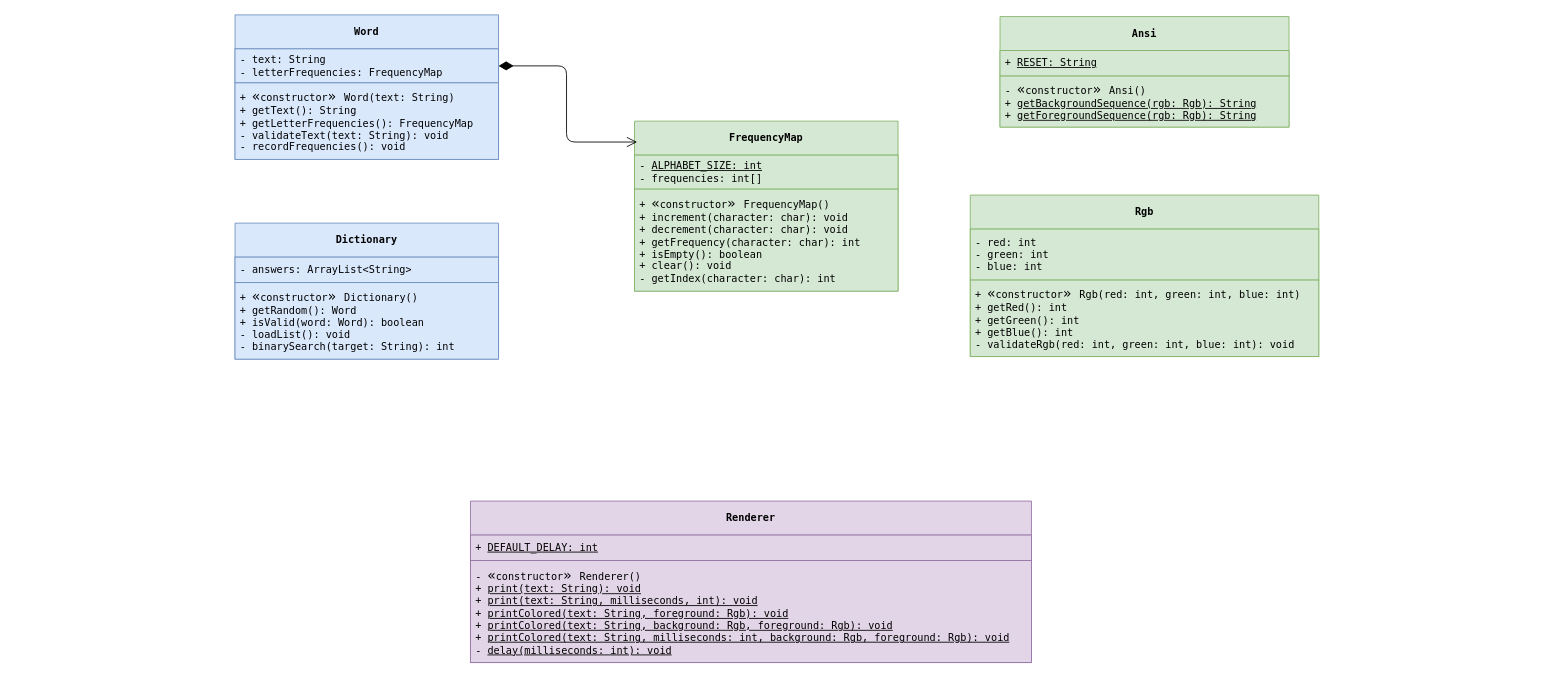
actuallyhollow/basic-wordle-java keeps this draw.io diagram as assets/class-diagram.drawio. Above is the earlier version. Source tidied: cells renumbered, new cells numbered last; positions are measured from the earlier drawing's top-left corner, leaving out a move shared by most shapes. Both pictures are drawn from the tidied source at 85%, with x=0, y=0 at pixel (235, 14).
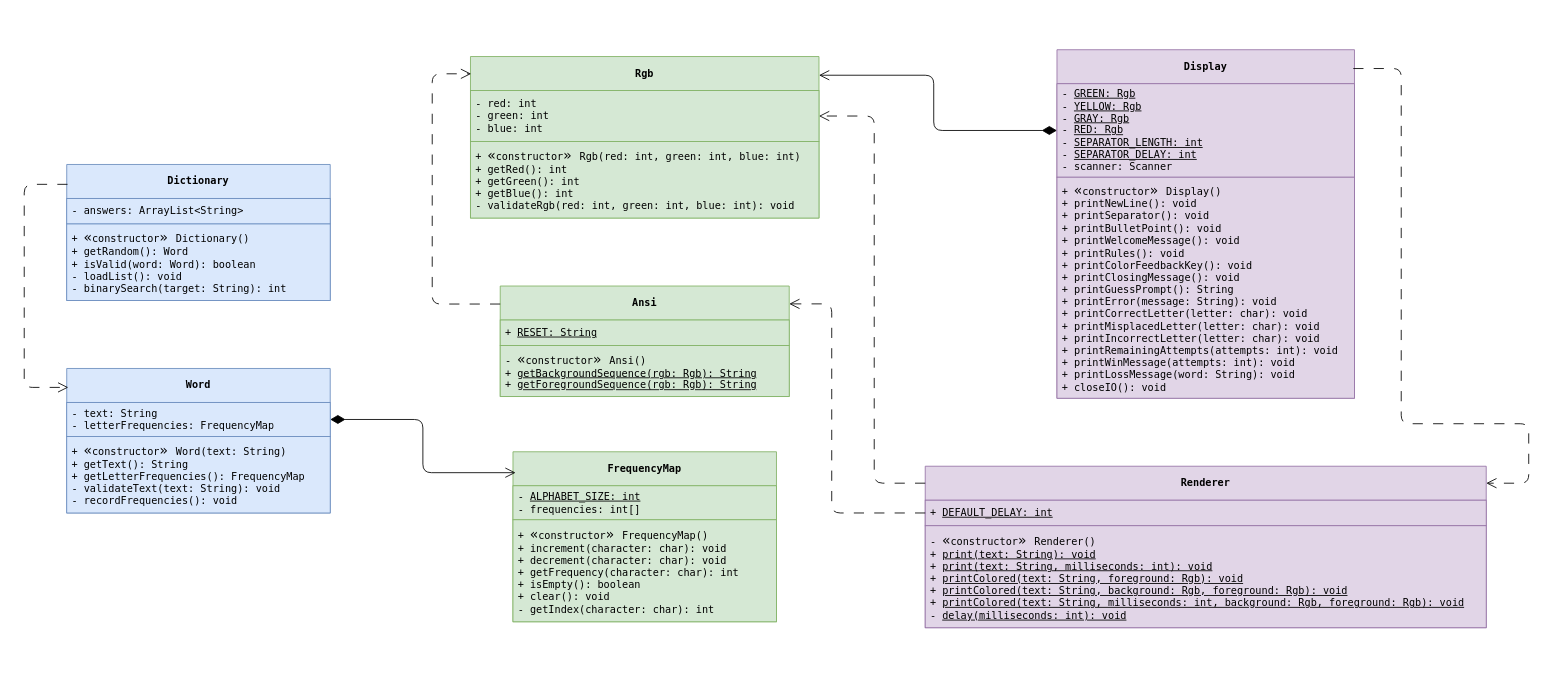
Above is the later version.

Commit message (it also covers changes not shown here):
docs(assets): update UML and tree for Display

* Update SVG file tree to include Display and its test suite.
* Expand UML class diagram to map Display architecture and relations.
* Add dashed dependency lines to accurately map "uses" relationships.
* Fix parameter list syntax for Renderer's print(String, int) method.
* Export updated SVG visual assets to reflect latest changes.

Unchanged cells that the change refers to:
```xml
<mxCell id="6" value="&lt;div&gt;&lt;font face=&quot;Menlo, Monaco, 'Courier New', monospace&quot;&gt;- text: String&lt;/font&gt;&lt;/div&gt;&lt;div&gt;&lt;font face=&quot;Menlo, Monaco, 'Courier New', monospace&quot;&gt;- letterFrequencies: FrequencyMap&lt;/font&gt;&lt;/div&gt;" style="text;align=left;verticalAlign=middle;spacingLeft=4;spacingRight=4;overflow=hidden;points=[[0,0.5],[1,0.5]];portConstraint=eastwest;whiteSpace=wrap;html=1;fillColor=#dae8fc;strokeColor=#6c8ebf;" parent="5" vertex="1">
  <mxGeometry y="40" width="310" height="40" as="geometry" />
</mxCell>
<mxCell id="13" value="&lt;div&gt;&lt;font face=&quot;Menlo, Monaco, 'Courier New', monospace&quot;&gt;- red: int&lt;/font&gt;&lt;/div&gt;&lt;div&gt;&lt;font face=&quot;Menlo, Monaco, 'Courier New', monospace&quot;&gt;- green: int&lt;/font&gt;&lt;/div&gt;&lt;div&gt;&lt;font face=&quot;Menlo, Monaco, 'Courier New', monospace&quot;&gt;- blue: int&lt;/font&gt;&lt;/div&gt;" style="text;align=left;verticalAlign=middle;spacingLeft=4;spacingRight=4;overflow=hidden;points=[[0,0.5],[1,0.5]];portConstraint=eastwest;whiteSpace=wrap;html=1;fillColor=#d5e8d4;strokeColor=#82b366;" parent="12" vertex="1">
  <mxGeometry y="40" width="410" height="60" as="geometry" />
</mxCell>
<mxCell id="19" value="&lt;div&gt;&lt;font face=&quot;Menlo, Monaco, 'Courier New', monospace&quot;&gt;+&amp;nbsp;&lt;u&gt;DEFAULT_DELAY: int&lt;/u&gt;&lt;/font&gt;&lt;/div&gt;" style="text;align=left;verticalAlign=middle;spacingLeft=4;spacingRight=4;overflow=hidden;points=[[0,0.5],[1,0.5]];portConstraint=eastwest;whiteSpace=wrap;html=1;fillColor=#e1d5e7;strokeColor=#9673a6;" parent="18" vertex="1">
  <mxGeometry y="40" width="660" height="30" as="geometry" />
</mxCell>
```

What changed in the source:
```diff
@@
     <mxCell id="2" value="&lt;div&gt;&lt;span style=&quot;background-color: transparent;&quot;&gt;&lt;font style=&quot;&quot; face=&quot;Menlo, Monaco, 'Courier New', monospace&quot;&gt;FrequencyMap&lt;/font&gt;&lt;/span&gt;&lt;/div&gt;" style="swimlane;fontStyle=1;align=center;verticalAlign=middle;horizontal=1;startSize=40;whiteSpace=wrap;html=1;fillColor=#d5e8d4;strokeColor=#82b366;fontColor=light-dark(#000000,#FFFFFF);" parent="1" vertex="1">
-      <mxGeometry x="470" y="125" width="310" height="200" as="geometry" />
+      <mxGeometry x="327" y="514" width="310" height="200" as="geometry" />
     </mxCell>
@@
     <mxCell id="5" value="&lt;div&gt;&lt;span style=&quot;background-color: transparent;&quot;&gt;&lt;font style=&quot;&quot; face=&quot;Menlo, Monaco, 'Courier New', monospace&quot;&gt;Word&lt;/font&gt;&lt;/span&gt;&lt;/div&gt;" style="swimlane;fontStyle=1;align=center;verticalAlign=middle;horizontal=1;startSize=40;whiteSpace=wrap;html=1;fillColor=#dae8fc;strokeColor=#6c8ebf;" parent="1" vertex="1">
-      <mxGeometry width="310" height="170" as="geometry" />
+      <mxGeometry x="-198" y="416" width="310" height="170" as="geometry" />
     </mxCell>
@@
-    <mxCell id="8" style="endArrow=open;html=1;endSize=10;startArrow=diamondThin;startSize=15;startFill=1;edgeStyle=orthogonalEdgeStyle;align=left;verticalAlign=bottom;exitX=1;exitY=0.5;exitDx=0;exitDy=0;entryX=0.01;entryY=0.123;entryDx=0;entryDy=0;entryPerimeter=0;" parent="1" edge="1" source="6" target="2">
-      <mxGeometry x="-1" y="3" relative="1" as="geometry">
-        <Array as="points">
-          <mxPoint x="390" y="60" />
-          <mxPoint x="390" y="150" />
-        </Array>
-      </mxGeometry>
+    <mxCell id="8" style="endArrow=open;html=1;endSize=10;startArrow=diamondThin;startSize=15;startFill=1;edgeStyle=elbowEdgeStyle;align=left;verticalAlign=bottom;exitX=1;exitY=0.5;exitDx=0;exitDy=0;entryX=0.01;entryY=0.123;entryDx=0;entryDy=0;entryPerimeter=0;" parent="1" edge="1" source="6" target="2">
+      <mxGeometry x="-1" y="3" relative="1" as="geometry" />
     </mxCell>
     <mxCell id="9" value="&lt;div&gt;&lt;span style=&quot;background-color: transparent;&quot;&gt;&lt;font style=&quot;&quot; face=&quot;Menlo, Monaco, 'Courier New', monospace&quot;&gt;Dictionary&lt;/font&gt;&lt;/span&gt;&lt;/div&gt;" style="swimlane;fontStyle=1;align=center;verticalAlign=middle;horizontal=1;startSize=40;whiteSpace=wrap;html=1;fillColor=#dae8fc;strokeColor=#6c8ebf;" parent="1" vertex="1">
-      <mxGeometry y="245" width="310" height="160" as="geometry" />
+      <mxGeometry x="-198" y="176" width="310" height="160" as="geometry" />
     </mxCell>
@@
     <mxCell id="12" value="&lt;div&gt;&lt;span style=&quot;background-color: transparent;&quot;&gt;&lt;font face=&quot;Menlo, Monaco, 'Courier New', monospace&quot; style=&quot;&quot;&gt;Rgb&lt;/font&gt;&lt;/span&gt;&lt;/div&gt;" style="swimlane;fontStyle=1;align=center;verticalAlign=middle;horizontal=1;startSize=40;whiteSpace=wrap;html=1;fillColor=#d5e8d4;strokeColor=#82b366;fontColor=light-dark(#000000,#FFFFFF);" parent="1" vertex="1">
-      <mxGeometry x="865" y="212" width="410" height="190" as="geometry" />
+      <mxGeometry x="277" y="49" width="410" height="190" as="geometry" />
     </mxCell>
@@
     <mxCell id="15" value="&lt;div&gt;&lt;span style=&quot;background-color: transparent;&quot;&gt;&lt;font style=&quot;&quot; face=&quot;Menlo, Monaco, 'Courier New', monospace&quot;&gt;Ansi&lt;/font&gt;&lt;/span&gt;&lt;/div&gt;" style="swimlane;fontStyle=1;align=center;verticalAlign=middle;horizontal=1;startSize=40;whiteSpace=wrap;html=1;fillColor=#d5e8d4;strokeColor=#82b366;fontColor=light-dark(#000000,#FFFFFF);" parent="1" vertex="1">
-      <mxGeometry x="900" y="2" width="340" height="130" as="geometry" />
+      <mxGeometry x="312" y="319" width="340" height="130" as="geometry" />
     </mxCell>
@@
     <mxCell id="18" value="&lt;div&gt;&lt;span style=&quot;background-color: transparent;&quot;&gt;&lt;font style=&quot;&quot; face=&quot;Menlo, Monaco, 'Courier New', monospace&quot;&gt;Renderer&lt;/font&gt;&lt;/span&gt;&lt;/div&gt;" style="swimlane;fontStyle=1;align=center;verticalAlign=middle;horizontal=1;startSize=40;whiteSpace=wrap;html=1;fillColor=#e1d5e7;strokeColor=#9673a6;" parent="1" vertex="1">
-      <mxGeometry x="277" y="572" width="660" height="190" as="geometry" />
+      <mxGeometry x="812" y="531" width="660" height="190" as="geometry" />
     </mxCell>
@@
-    <mxCell id="20" value="&lt;div&gt;-&amp;nbsp;&lt;span style=&quot;background-color: transparent; scrollbar-color: rgb(75, 75, 75) rgb(27, 29, 30); font-size: medium; caret-color: rgb(0, 0, 0);&quot;&gt;«&lt;/span&gt;&lt;span style=&quot;background-color: transparent; scrollbar-color: rgb(75, 75, 75) rgb(27, 29, 30); text-align: center;&quot;&gt;constructor&lt;/span&gt;&lt;span style=&quot;background-color: transparent; scrollbar-color: rgb(75, 75, 75) rgb(27, 29, 30); font-size: medium; caret-color: rgb(0, 0, 0);&quot;&gt;&lt;font face=&quot;Menlo, Monaco, 'Courier New', monospace&quot;&gt;»&amp;nbsp;&lt;/font&gt;&lt;/span&gt;&lt;span style=&quot;background-color: transparent;&quot;&gt;Renderer()&lt;/span&gt;&lt;/div&gt;&lt;div&gt;&lt;span style=&quot;background-color: transparent;&quot;&gt;+ &lt;u&gt;print(text: String): void&lt;/u&gt;&lt;/span&gt;&lt;/div&gt;&lt;div&gt;&lt;span style=&quot;background-color: transparent;&quot;&gt;+ &lt;u&gt;print(text: String, milliseconds, int): void&lt;/u&gt;&lt;/span&gt;&lt;/div&gt;&lt;div&gt;&lt;span style=&quot;background-color: transparent;&quot;&gt;+ &lt;u&gt;printColored(text: String, foreground: Rgb): void&lt;/u&gt;&lt;/span&gt;&lt;/div&gt;&lt;div&gt;&lt;span style=&quot;background-color: transparent;&quot;&gt;+ &lt;u&gt;printColored(text: String, background: Rgb, foreground: Rgb): void&lt;/u&gt;&lt;/span&gt;&lt;/div&gt;&lt;div&gt;&lt;span style=&quot;background-color: transparent;&quot;&gt;+ &lt;u&gt;printColored(text: String, milliseconds: int, background: Rgb, foreground: Rgb): void&lt;/u&gt;&lt;/span&gt;&lt;/div&gt;&lt;div&gt;- &lt;u&gt;delay(milliseconds: int): void&lt;/u&gt;&lt;/div&gt;&lt;div&gt;&lt;div style=&quot;scrollbar-color: rgb(75, 75, 75) rgb(27, 29, 30);&quot;&gt;&lt;div style=&quot;scrollbar-color: rgb(75, 75, 75) rgb(27, 29, 30);&quot;&gt;&lt;/div&gt;&lt;/div&gt;&lt;/div&gt;" style="text;align=left;verticalAlign=middle;spacingLeft=4;spacingRight=4;overflow=hidden;whiteSpace=wrap;html=1;fontFamily=Menlo, Monaco, 'Courier New', monospace;fillColor=#e1d5e7;strokeColor=#9673a6;" parent="18" vertex="1">
+    <mxCell id="20" value="&lt;div&gt;-&amp;nbsp;&lt;span style=&quot;background-color: transparent; scrollbar-color: rgb(75, 75, 75) rgb(27, 29, 30); font-size: medium; caret-color: rgb(0, 0, 0);&quot;&gt;«&lt;/span&gt;&lt;span style=&quot;background-color: transparent; scrollbar-color: rgb(75, 75, 75) rgb(27, 29, 30); text-align: center;&quot;&gt;constructor&lt;/span&gt;&lt;span style=&quot;background-color: transparent; scrollbar-color: rgb(75, 75, 75) rgb(27, 29, 30); font-size: medium; caret-color: rgb(0, 0, 0);&quot;&gt;&lt;font face=&quot;Menlo, Monaco, 'Courier New', monospace&quot;&gt;»&amp;nbsp;&lt;/font&gt;&lt;/span&gt;&lt;span style=&quot;background-color: transparent;&quot;&gt;Renderer()&lt;/span&gt;&lt;/div&gt;&lt;div&gt;&lt;span style=&quot;background-color: transparent;&quot;&gt;+ &lt;u&gt;print(text: String): void&lt;/u&gt;&lt;/span&gt;&lt;/div&gt;&lt;div&gt;&lt;span style=&quot;background-color: transparent;&quot;&gt;+ &lt;u&gt;print(text: String, milliseconds: int): void&lt;/u&gt;&lt;/span&gt;&lt;/div&gt;&lt;div&gt;&lt;span style=&quot;background-color: transparent;&quot;&gt;+ &lt;u&gt;printColored(text: String, foreground: Rgb): void&lt;/u&gt;&lt;/span&gt;&lt;/div&gt;&lt;div&gt;&lt;span style=&quot;background-color: transparent;&quot;&gt;+ &lt;u&gt;printColored(text: String, background: Rgb, foreground: Rgb): void&lt;/u&gt;&lt;/span&gt;&lt;/div&gt;&lt;div&gt;&lt;span style=&quot;background-color: transparent;&quot;&gt;+ &lt;u&gt;printColored(text: String, milliseconds: int, background: Rgb, foreground: Rgb): void&lt;/u&gt;&lt;/span&gt;&lt;/div&gt;&lt;div&gt;- &lt;u&gt;delay(milliseconds: int): void&lt;/u&gt;&lt;/div&gt;&lt;div&gt;&lt;div style=&quot;scrollbar-color: rgb(75, 75, 75) rgb(27, 29, 30);&quot;&gt;&lt;div style=&quot;scrollbar-color: rgb(75, 75, 75) rgb(27, 29, 30);&quot;&gt;&lt;/div&gt;&lt;/div&gt;&lt;/div&gt;" style="text;align=left;verticalAlign=middle;spacingLeft=4;spacingRight=4;overflow=hidden;whiteSpace=wrap;html=1;fontFamily=Menlo, Monaco, 'Courier New', monospace;fillColor=#e1d5e7;strokeColor=#9673a6;" parent="18" vertex="1">
       <mxGeometry y="70" width="660" height="120" as="geometry" />
     </mxCell>
+    <mxCell id="21" value="&lt;div&gt;&lt;span style=&quot;background-color: transparent;&quot;&gt;&lt;font face=&quot;Menlo, Monaco, 'Courier New', monospace&quot; style=&quot;&quot;&gt;Display&lt;/font&gt;&lt;/span&gt;&lt;/div&gt;" style="swimlane;fontStyle=1;align=center;verticalAlign=middle;horizontal=1;startSize=40;whiteSpace=wrap;html=1;fillColor=#e1d5e7;strokeColor=#9673a6;fontColor=light-dark(#000000,#FFFFFF);" parent="1" vertex="1">
+      <mxGeometry x="967" y="41" width="350" height="410" as="geometry" />
+    </mxCell>
+    <mxCell id="22" value="&lt;div&gt;&lt;font face=&quot;Menlo, Monaco, 'Courier New', monospace&quot;&gt;-&amp;nbsp;&lt;u&gt;GREEN: Rgb&lt;/u&gt;&lt;/font&gt;&lt;/div&gt;&lt;div&gt;&lt;span style=&quot;font-family: Menlo, Monaco, &amp;quot;Courier New&amp;quot;, monospace;&quot;&gt;-&amp;nbsp;&lt;/span&gt;&lt;u style=&quot;scrollbar-color: rgb(75, 75, 75) rgb(27, 29, 30); font-family: Menlo, Monaco, &amp;quot;Courier New&amp;quot;, monospace;&quot;&gt;YELLOW: Rgb&lt;/u&gt;&lt;font face=&quot;Menlo, Monaco, 'Courier New', monospace&quot;&gt;&lt;u&gt;&lt;/u&gt;&lt;/font&gt;&lt;/div&gt;&lt;div&gt;&lt;span style=&quot;scrollbar-color: rgb(75, 75, 75) rgb(27, 29, 30); font-family: Menlo, Monaco, &amp;quot;Courier New&amp;quot;, monospace;&quot;&gt;-&amp;nbsp;&lt;u style=&quot;text-decoration-line: underline; scrollbar-color: rgb(75, 75, 75) rgb(27, 29, 30);&quot;&gt;GRAY: Rgb&lt;/u&gt;&lt;/span&gt;&lt;/div&gt;&lt;div&gt;&lt;span style=&quot;scrollbar-color: rgb(75, 75, 75) rgb(27, 29, 30); font-family: Menlo, Monaco, &amp;quot;Courier New&amp;quot;, monospace;&quot;&gt;&lt;span style=&quot;scrollbar-color: rgb(75, 75, 75) rgb(27, 29, 30);&quot;&gt;-&amp;nbsp;&lt;u style=&quot;text-decoration-line: underline; scrollbar-color: rgb(75, 75, 75) rgb(27, 29, 30);&quot;&gt;RED: Rgb&lt;/u&gt;&lt;/span&gt;&lt;/span&gt;&lt;/div&gt;&lt;div&gt;&lt;div style=&quot;scrollbar-color: rgb(75, 75, 75) rgb(27, 29, 30);&quot;&gt;&lt;span style=&quot;scrollbar-color: rgb(75, 75, 75) rgb(27, 29, 30); font-family: Menlo, Monaco, &amp;quot;Courier New&amp;quot;, monospace;&quot;&gt;&lt;span style=&quot;scrollbar-color: rgb(75, 75, 75) rgb(27, 29, 30);&quot;&gt;-&amp;nbsp;&lt;u style=&quot;scrollbar-color: rgb(75, 75, 75) rgb(27, 29, 30);&quot;&gt;SEPARATOR_LENGTH: int&lt;/u&gt;&lt;/span&gt;&lt;/span&gt;&lt;/div&gt;&lt;div style=&quot;scrollbar-color: rgb(75, 75, 75) rgb(27, 29, 30);&quot;&gt;&lt;div style=&quot;scrollbar-color: rgb(75, 75, 75) rgb(27, 29, 30);&quot;&gt;&lt;span style=&quot;scrollbar-color: rgb(75, 75, 75) rgb(27, 29, 30); font-family: Menlo, Monaco, &amp;quot;Courier New&amp;quot;, monospace;&quot;&gt;&lt;span style=&quot;scrollbar-color: rgb(75, 75, 75) rgb(27, 29, 30);&quot;&gt;-&amp;nbsp;&lt;u style=&quot;scrollbar-color: rgb(75, 75, 75) rgb(27, 29, 30);&quot;&gt;SEPARATOR_DELAY: int&lt;/u&gt;&lt;/span&gt;&lt;/span&gt;&lt;/div&gt;&lt;div style=&quot;scrollbar-color: rgb(75, 75, 75) rgb(27, 29, 30);&quot;&gt;&lt;span style=&quot;scrollbar-color: rgb(75, 75, 75) rgb(27, 29, 30); font-family: Menlo, Monaco, &amp;quot;Courier New&amp;quot;, monospace;&quot;&gt;&lt;span style=&quot;scrollbar-color: rgb(75, 75, 75) rgb(27, 29, 30);&quot;&gt;&lt;span style=&quot;scrollbar-color: rgb(75, 75, 75) rgb(27, 29, 30);&quot;&gt;- scanner: Scanner&lt;/span&gt;&lt;/span&gt;&lt;/span&gt;&lt;/div&gt;&lt;/div&gt;&lt;/div&gt;" style="text;align=left;verticalAlign=middle;spacingLeft=4;spacingRight=4;overflow=hidden;points=[[0,0.5],[1,0.5]];portConstraint=eastwest;whiteSpace=wrap;html=1;fillColor=#e1d5e7;strokeColor=#9673a6;fontColor=light-dark(#000000,#FFFFFF);" parent="21" vertex="1">
+      <mxGeometry y="40" width="350" height="110" as="geometry" />
+    </mxCell>
+    <mxCell id="23" value="&lt;div&gt;&lt;font style=&quot;&quot;&gt;&lt;span style=&quot;background-color: transparent; scrollbar-color: rgb(75, 75, 75) rgb(27, 29, 30); caret-color: rgb(0, 0, 0);&quot;&gt;&lt;font&gt;+&amp;nbsp;&lt;/font&gt;&lt;/span&gt;&lt;span style=&quot;background-color: transparent; scrollbar-color: rgb(75, 75, 75) rgb(27, 29, 30); font-size: medium; caret-color: rgb(0, 0, 0);&quot;&gt;«&lt;/span&gt;&lt;span style=&quot;background-color: transparent; scrollbar-color: rgb(75, 75, 75) rgb(27, 29, 30); text-align: center;&quot;&gt;constructor&lt;/span&gt;&lt;span style=&quot;background-color: transparent; scrollbar-color: rgb(75, 75, 75) rgb(27, 29, 30); font-size: medium; caret-color: rgb(0, 0, 0);&quot;&gt;&lt;font face=&quot;Menlo, Monaco, 'Courier New', monospace&quot;&gt;»&amp;nbsp;&lt;/font&gt;&lt;/span&gt;&lt;span style=&quot;background-color: transparent;&quot;&gt;Display()&lt;/span&gt;&lt;/font&gt;&lt;/div&gt;&lt;div&gt;&lt;span style=&quot;background-color: transparent;&quot;&gt;+ printNewLine(): void&lt;/span&gt;&lt;/div&gt;&lt;div&gt;&lt;span style=&quot;background-color: transparent;&quot;&gt;+ printSeparator(): void&lt;/span&gt;&lt;/div&gt;&lt;div&gt;&lt;span style=&quot;background-color: transparent;&quot;&gt;+ printBulletPoint(): void&lt;/span&gt;&lt;/div&gt;&lt;div&gt;&lt;span style=&quot;scrollbar-color: rgb(75, 75, 75) rgb(27, 29, 30); background-color: transparent;&quot;&gt;&lt;font style=&quot;&quot;&gt;&lt;div style=&quot;scrollbar-color: rgb(75, 75, 75) rgb(27, 29, 30);&quot;&gt;&lt;span style=&quot;scrollbar-color: rgb(75, 75, 75) rgb(27, 29, 30); background-color: transparent;&quot;&gt;+ printWelcomeMessage(): void&lt;/span&gt;&lt;/div&gt;&lt;div style=&quot;&quot;&gt;&lt;span style=&quot;scrollbar-color: rgb(75, 75, 75) rgb(27, 29, 30); background-color: transparent;&quot;&gt;+ printRules(): void&lt;/span&gt;&lt;/div&gt;&lt;div style=&quot;&quot;&gt;&lt;span style=&quot;scrollbar-color: rgb(75, 75, 75) rgb(27, 29, 30); background-color: transparent;&quot;&gt;+ printColorFeedbackKey(): void&lt;/span&gt;&lt;/div&gt;&lt;div style=&quot;&quot;&gt;&lt;span style=&quot;scrollbar-color: rgb(75, 75, 75) rgb(27, 29, 30); background-color: transparent;&quot;&gt;+ printClosingMessage(): void&lt;/span&gt;&lt;/div&gt;&lt;div style=&quot;&quot;&gt;&lt;span style=&quot;scrollbar-color: rgb(75, 75, 75) rgb(27, 29, 30); background-color: transparent;&quot;&gt;+ printGuessPrompt(): String&lt;/span&gt;&lt;/div&gt;&lt;div style=&quot;&quot;&gt;&lt;span style=&quot;scrollbar-color: rgb(75, 75, 75) rgb(27, 29, 30); background-color: transparent;&quot;&gt;+ printError(message: String): void&lt;/span&gt;&lt;/div&gt;&lt;div style=&quot;&quot;&gt;&lt;span style=&quot;scrollbar-color: rgb(75, 75, 75) rgb(27, 29, 30); background-color: transparent;&quot;&gt;+ printCorrectLetter(letter: char): void&lt;br&gt;+ printMisplacedLetter(letter: char): void&lt;br&gt;+ printIncorrectLetter(letter: char): void&lt;/span&gt;&lt;/div&gt;&lt;div style=&quot;&quot;&gt;&lt;span style=&quot;scrollbar-color: rgb(75, 75, 75) rgb(27, 29, 30); background-color: transparent;&quot;&gt;+ printRemainingAttempts(attempts: int): void&lt;/span&gt;&lt;/div&gt;&lt;div style=&quot;&quot;&gt;&lt;span style=&quot;scrollbar-color: rgb(75, 75, 75) rgb(27, 29, 30); background-color: transparent;&quot;&gt;+ printWinMessage(attempts: int): void&lt;/span&gt;&lt;/div&gt;&lt;div style=&quot;&quot;&gt;&lt;span style=&quot;scrollbar-color: rgb(75, 75, 75) rgb(27, 29, 30); background-color: transparent;&quot;&gt;+ printLossMessage(word: String): void&lt;/span&gt;&lt;/div&gt;&lt;div style=&quot;&quot;&gt;&lt;span style=&quot;scrollbar-color: rgb(75, 75, 75) rgb(27, 29, 30); background-color: transparent;&quot;&gt;+ closeIO(): void&lt;/span&gt;&lt;/div&gt;&lt;/font&gt;&lt;/span&gt;&lt;/div&gt;&lt;div&gt;&lt;div style=&quot;scrollbar-color: rgb(75, 75, 75) rgb(27, 29, 30);&quot;&gt;&lt;div style=&quot;scrollbar-color: rgb(75, 75, 75) rgb(27, 29, 30);&quot;&gt;&lt;/div&gt;&lt;/div&gt;&lt;/div&gt;" style="text;align=left;verticalAlign=middle;spacingLeft=4;spacingRight=4;overflow=hidden;whiteSpace=wrap;html=1;fontFamily=Menlo, Monaco, 'Courier New', monospace;fillColor=#e1d5e7;strokeColor=#9673a6;fontColor=light-dark(#000000,#FFFFFF);" parent="21" vertex="1">
+      <mxGeometry y="150" width="350" height="260" as="geometry" />
+    </mxCell>
+    <mxCell id="24" style="endArrow=open;html=1;endSize=10;startArrow=diamondThin;startSize=15;startFill=1;edgeStyle=orthogonalEdgeStyle;align=left;verticalAlign=bottom;exitX=0;exitY=0.5;exitDx=0;exitDy=0;" parent="1" edge="1" source="22" target="12">
+      <mxGeometry x="-1" y="3" relative="1" as="geometry">
+        <Array as="points">
+          <mxPoint x="822" y="136" />
+          <mxPoint x="822" y="71" />
+        </Array>
+      </mxGeometry>
+    </mxCell>
+    <mxCell id="25" style="endArrow=open;html=1;endSize=10;startArrow=none;startSize=15;startFill=0;align=left;verticalAlign=bottom;exitX=0.003;exitY=0.146;exitDx=0;exitDy=0;edgeStyle=elbowEdgeStyle;dashed=1;dashPattern=12 12;entryX=0.006;entryY=0.131;entryDx=0;entryDy=0;entryPerimeter=0;exitPerimeter=0;" parent="1" edge="1" source="9" target="5">
+      <mxGeometry x="-1" y="3" relative="1" as="geometry">
+        <Array as="points">
+          <mxPoint x="-248" y="321" />
+        </Array>
+      </mxGeometry>
+    </mxCell>
+    <mxCell id="26" style="endArrow=open;html=1;endSize=10;startArrow=none;startSize=15;startFill=0;align=left;verticalAlign=bottom;edgeStyle=elbowEdgeStyle;dashed=1;dashPattern=12 12;exitX=0;exitY=0.163;exitDx=0;exitDy=0;exitPerimeter=0;entryX=0.002;entryY=0.107;entryDx=0;entryDy=0;entryPerimeter=0;" parent="1" edge="1" source="15" target="12">
+      <mxGeometry x="-1" y="3" relative="1" as="geometry">
+        <Array as="points">
+          <mxPoint x="232" y="261" />
+        </Array>
+      </mxGeometry>
+    </mxCell>
+    <mxCell id="27" style="endArrow=open;html=1;endSize=10;startArrow=none;startSize=15;startFill=0;align=left;verticalAlign=bottom;edgeStyle=elbowEdgeStyle;dashed=1;dashPattern=12 12;entryX=1;entryY=0.5;entryDx=0;entryDy=0;exitX=0;exitY=0.105;exitDx=0;exitDy=0;exitPerimeter=0;" parent="1" edge="1" source="18" target="13">
+      <mxGeometry x="-1" y="3" relative="1" as="geometry">
+        <Array as="points">
+          <mxPoint x="752" y="331" />
+        </Array>
+      </mxGeometry>
+    </mxCell>
+    <mxCell id="28" style="endArrow=open;html=1;endSize=10;startArrow=none;startSize=15;startFill=0;align=left;verticalAlign=bottom;exitX=0;exitY=0.5;exitDx=0;exitDy=0;edgeStyle=elbowEdgeStyle;dashed=1;dashPattern=12 12;" parent="1" edge="1" source="19">
+      <mxGeometry x="-1" y="3" relative="1" as="geometry">
+        <mxPoint x="652" y="340" as="targetPoint" />
+        <Array as="points">
+          <mxPoint x="702" y="461" />
+        </Array>
+      </mxGeometry>
+    </mxCell>
+    <mxCell id="29" style="endArrow=open;html=1;endSize=10;startArrow=none;startSize=15;startFill=0;align=left;verticalAlign=bottom;edgeStyle=orthogonalEdgeStyle;dashed=1;dashPattern=12 12;exitX=0.996;exitY=0.054;exitDx=0;exitDy=0;exitPerimeter=0;entryX=1;entryY=0.105;entryDx=0;entryDy=0;entryPerimeter=0;" parent="1" edge="1" source="21" target="18">
+      <mxGeometry x="-1" y="3" relative="1" as="geometry">
+        <Array as="points">
+          <mxPoint x="1372" y="63" />
+          <mxPoint x="1372" y="481" />
+          <mxPoint x="1522" y="481" />
+          <mxPoint x="1522" y="551" />
+        </Array>
+      </mxGeometry>
+    </mxCell>
```
